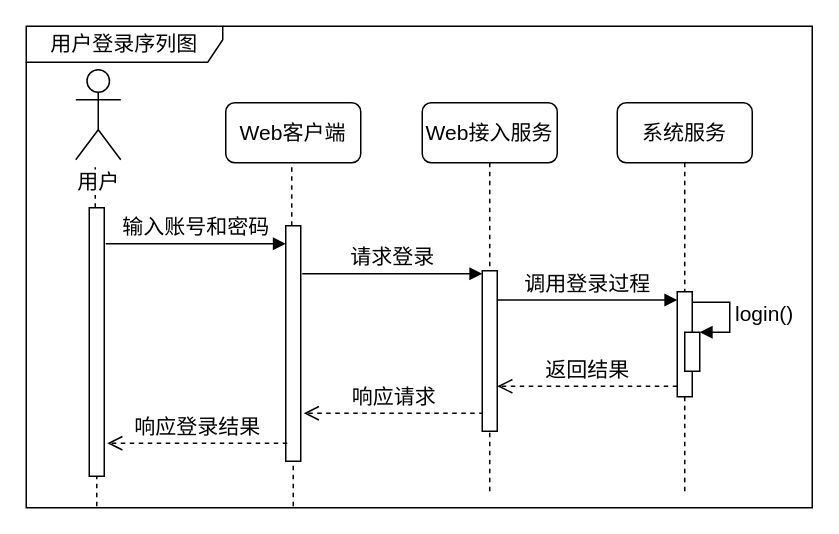
Above: sequence-login.drawio in waterwatermelon/graph (draw.io), before the change. Source tidied: cells renumbered, new cells numbered last; positions are measured from the earlier drawing's top-left corner, leaving out a move shared by most shapes. Both pictures are drawn from the tidied source at 150%, with x=0, y=0 at pixel (26, 26).
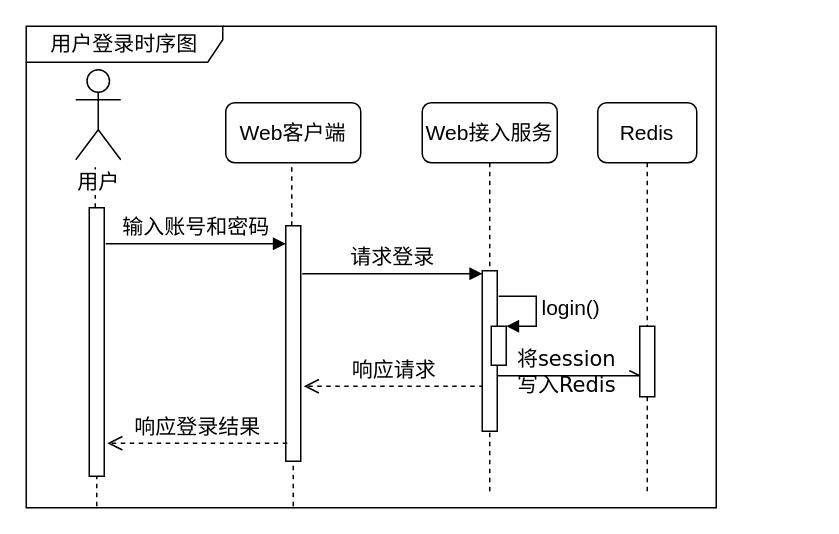
The same diagram, later.

What changed in the source:
```diff
@@
-    <mxCell id="2" value="&lt;font style=&quot;font-size: 14px&quot;&gt;用户登录序列图&lt;/font&gt;" style="shape=umlFrame;whiteSpace=wrap;html=1;width=131;height=24;" parent="1" vertex="1">
-      <mxGeometry width="524" height="321" as="geometry" />
+    <mxCell id="2" value="&lt;font style=&quot;font-size: 14px&quot;&gt;用户登录时序图&lt;/font&gt;" style="shape=umlFrame;whiteSpace=wrap;html=1;width=131;height=24;" parent="1" vertex="1">
+      <mxGeometry width="460" height="321" as="geometry" />
     </mxCell>
     <mxCell id="3" style="endArrow=none;dashed=1;html=1;fontSize=14;fontColor=#000000;" parent="1" edge="1">
       <mxGeometry relative="1" as="geometry">
-        <mxPoint x="439" y="310" as="sourcePoint" />
-        <mxPoint x="439" y="91" as="targetPoint" />
+        <mxPoint x="414" y="310" as="sourcePoint" />
+        <mxPoint x="414" y="91" as="targetPoint" />
       </mxGeometry>
     </mxCell>
@@
-    <mxCell id="10" value="系统服务" style="rounded=1;whiteSpace=wrap;html=1;fontSize=14;fontColor=#000000;" parent="1" vertex="1">
-      <mxGeometry x="394" y="51" width="90" height="40" as="geometry" />
+    <mxCell id="10" value="Redis" style="rounded=1;whiteSpace=wrap;html=1;fontSize=14;fontColor=#000000;" parent="1" vertex="1">
+      <mxGeometry x="381" y="51" width="66" height="40" as="geometry" />
     </mxCell>
-    <mxCell id="11" value="调用登录过程" style="html=1;verticalAlign=bottom;endArrow=block;entryX=0;entryY=0;labelBackgroundColor=none;fontFamily=Verdana;fontSize=14;elbow=vertical;fontColor=#000000;" parent="1" edge="1">
-      <mxGeometry relative="1" as="geometry">
-        <mxPoint x="314" y="182.5" as="sourcePoint" />
-        <mxPoint x="434" y="182.5" as="targetPoint" />
+    <mxCell id="11" value="将session&lt;br&gt;写入Redis" style="html=1;verticalAlign=bottom;endArrow=openAsync;labelBackgroundColor=none;fontFamily=Verdana;fontSize=14;elbow=vertical;fontColor=#000000;endFill=0;" parent="1" edge="1">
+      <mxGeometry x="-0.03" y="-17" relative="1" as="geometry">
+        <mxPoint x="314" y="233" as="sourcePoint" />
+        <mxPoint x="409" y="233" as="targetPoint" />
       </mxGeometry>
     </mxCell>
-    <mxCell id="12" value="返回结果" style="html=1;verticalAlign=bottom;endArrow=open;dashed=1;endSize=8;labelBackgroundColor=none;fontFamily=Verdana;fontSize=14;fontColor=#000000;" parent="1" edge="1">
-      <mxGeometry relative="1" as="geometry">
-        <mxPoint x="434" y="240" as="sourcePoint" />
-        <mxPoint x="314" y="240" as="targetPoint" />
-      </mxGeometry>
-    </mxCell>
     <mxCell id="13" value="响应请求" style="html=1;verticalAlign=bottom;endArrow=open;dashed=1;endSize=8;labelBackgroundColor=none;fontFamily=Verdana;fontSize=14;fontColor=#000000;" parent="1" edge="1">
       <mxGeometry relative="1" as="geometry">
-        <mxPoint x="305" y="258" as="sourcePoint" />
-        <mxPoint x="185" y="258" as="targetPoint" />
+        <mxPoint x="305" y="240" as="sourcePoint" />
+        <mxPoint x="185" y="240" as="targetPoint" />
       </mxGeometry>
     </mxCell>
@@
     <mxCell id="20" style="html=1;perimeter=orthogonalPerimeter;rounded=0;shadow=0;comic=0;labelBackgroundColor=none;strokeColor=#000000;strokeWidth=1;fillColor=#FFFFFF;fontFamily=Verdana;fontSize=14;fontColor=#000000;align=center;" parent="1" vertex="1">
-      <mxGeometry x="434" y="177" width="10" height="70" as="geometry" />
+      <mxGeometry x="409" y="200" width="10" height="47" as="geometry" />
     </mxCell>
@@
     <mxCell id="23" style="html=1;points=[];perimeter=orthogonalPerimeter;fontSize=14;" parent="1" vertex="1">
-      <mxGeometry x="439" y="204" width="10" height="26" as="geometry" />
+      <mxGeometry x="310" y="200" width="10" height="26" as="geometry" />
     </mxCell>
     <mxCell id="24" value="login()" style="edgeStyle=orthogonalEdgeStyle;html=1;align=left;spacingLeft=2;endArrow=block;rounded=0;entryX=1;entryY=0;fontSize=14;" parent="1" edge="1" target="23">
       <mxGeometry relative="1" as="geometry">
-        <mxPoint x="444" y="184" as="sourcePoint" />
+        <mxPoint x="315" y="180" as="sourcePoint" />
         <Array as="points">
-          <mxPoint x="469" y="184" />
+          <mxPoint x="340" y="180" />
         </Array>
       </mxGeometry>
     </mxCell>
```
